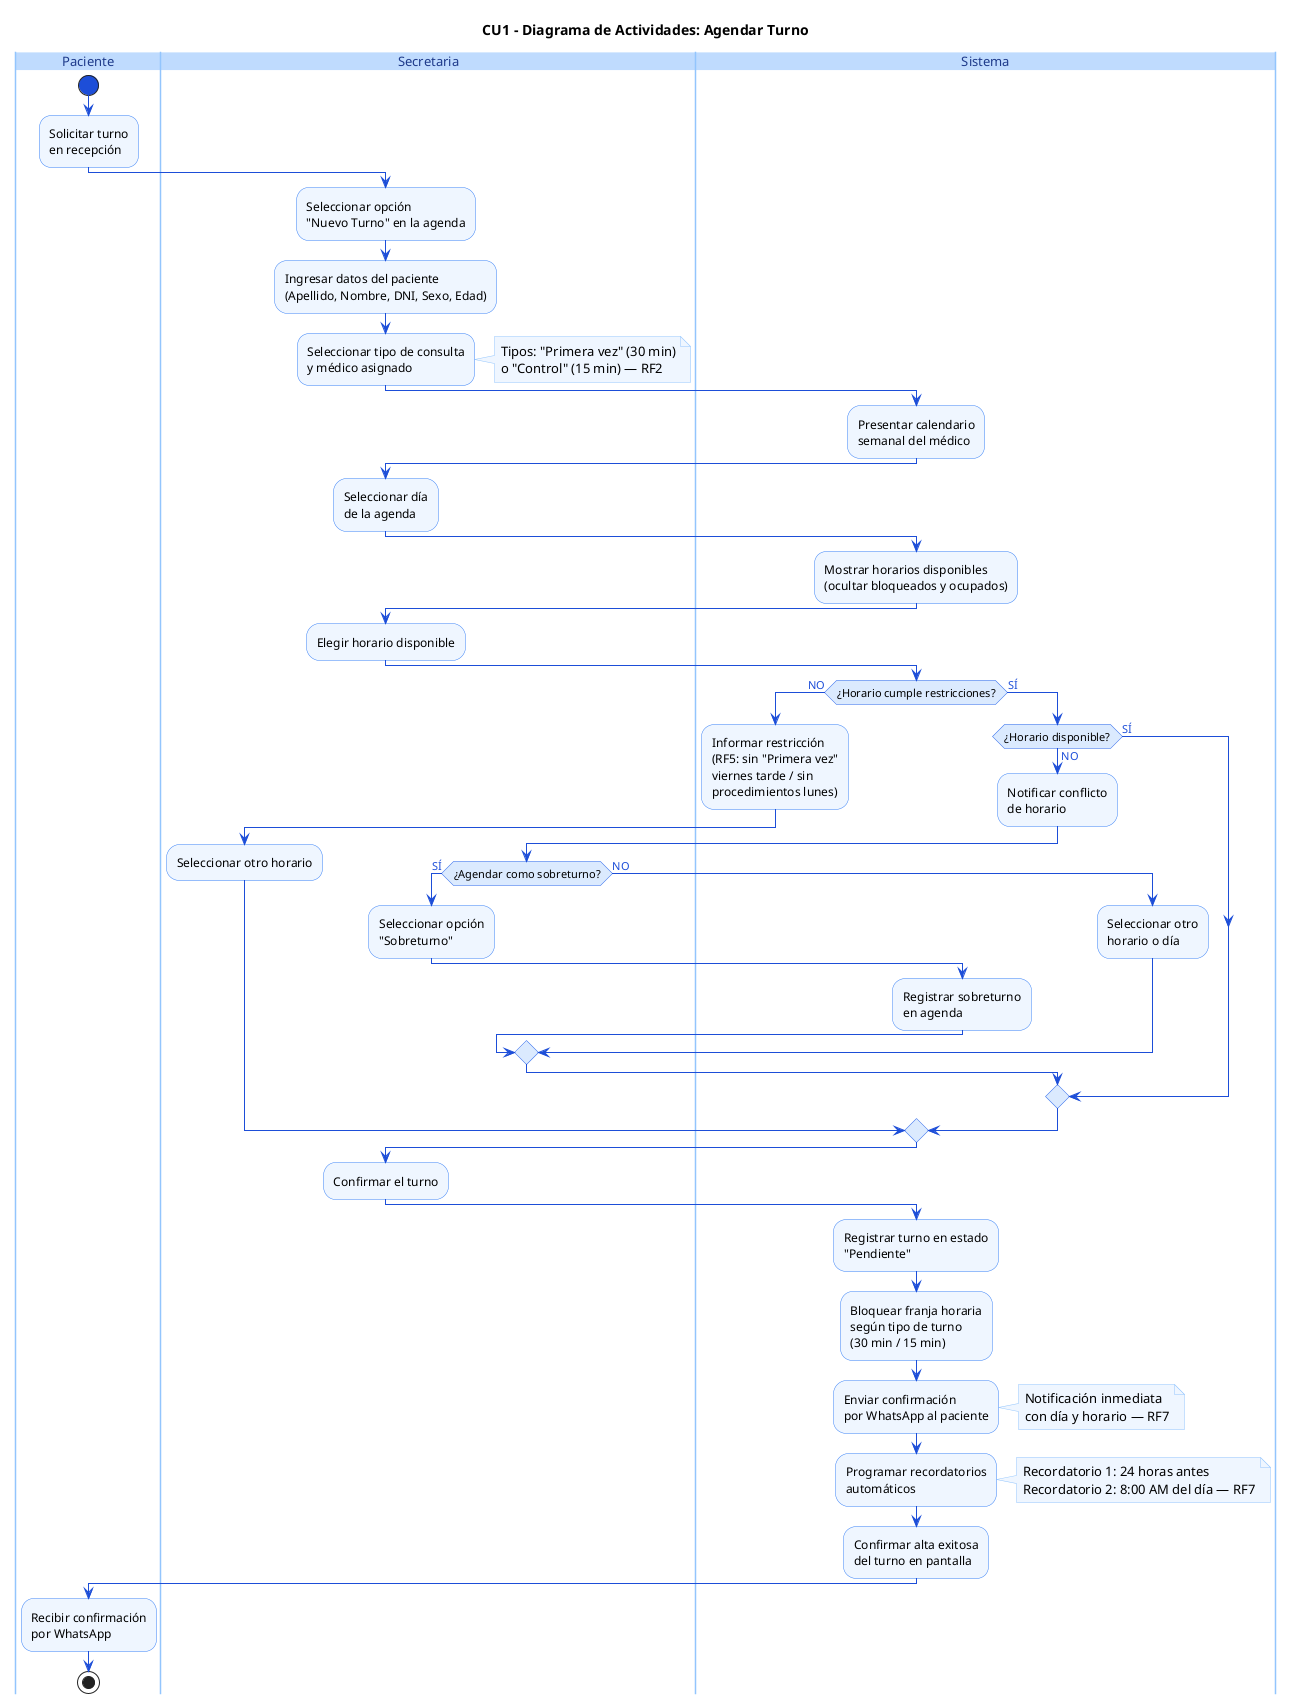
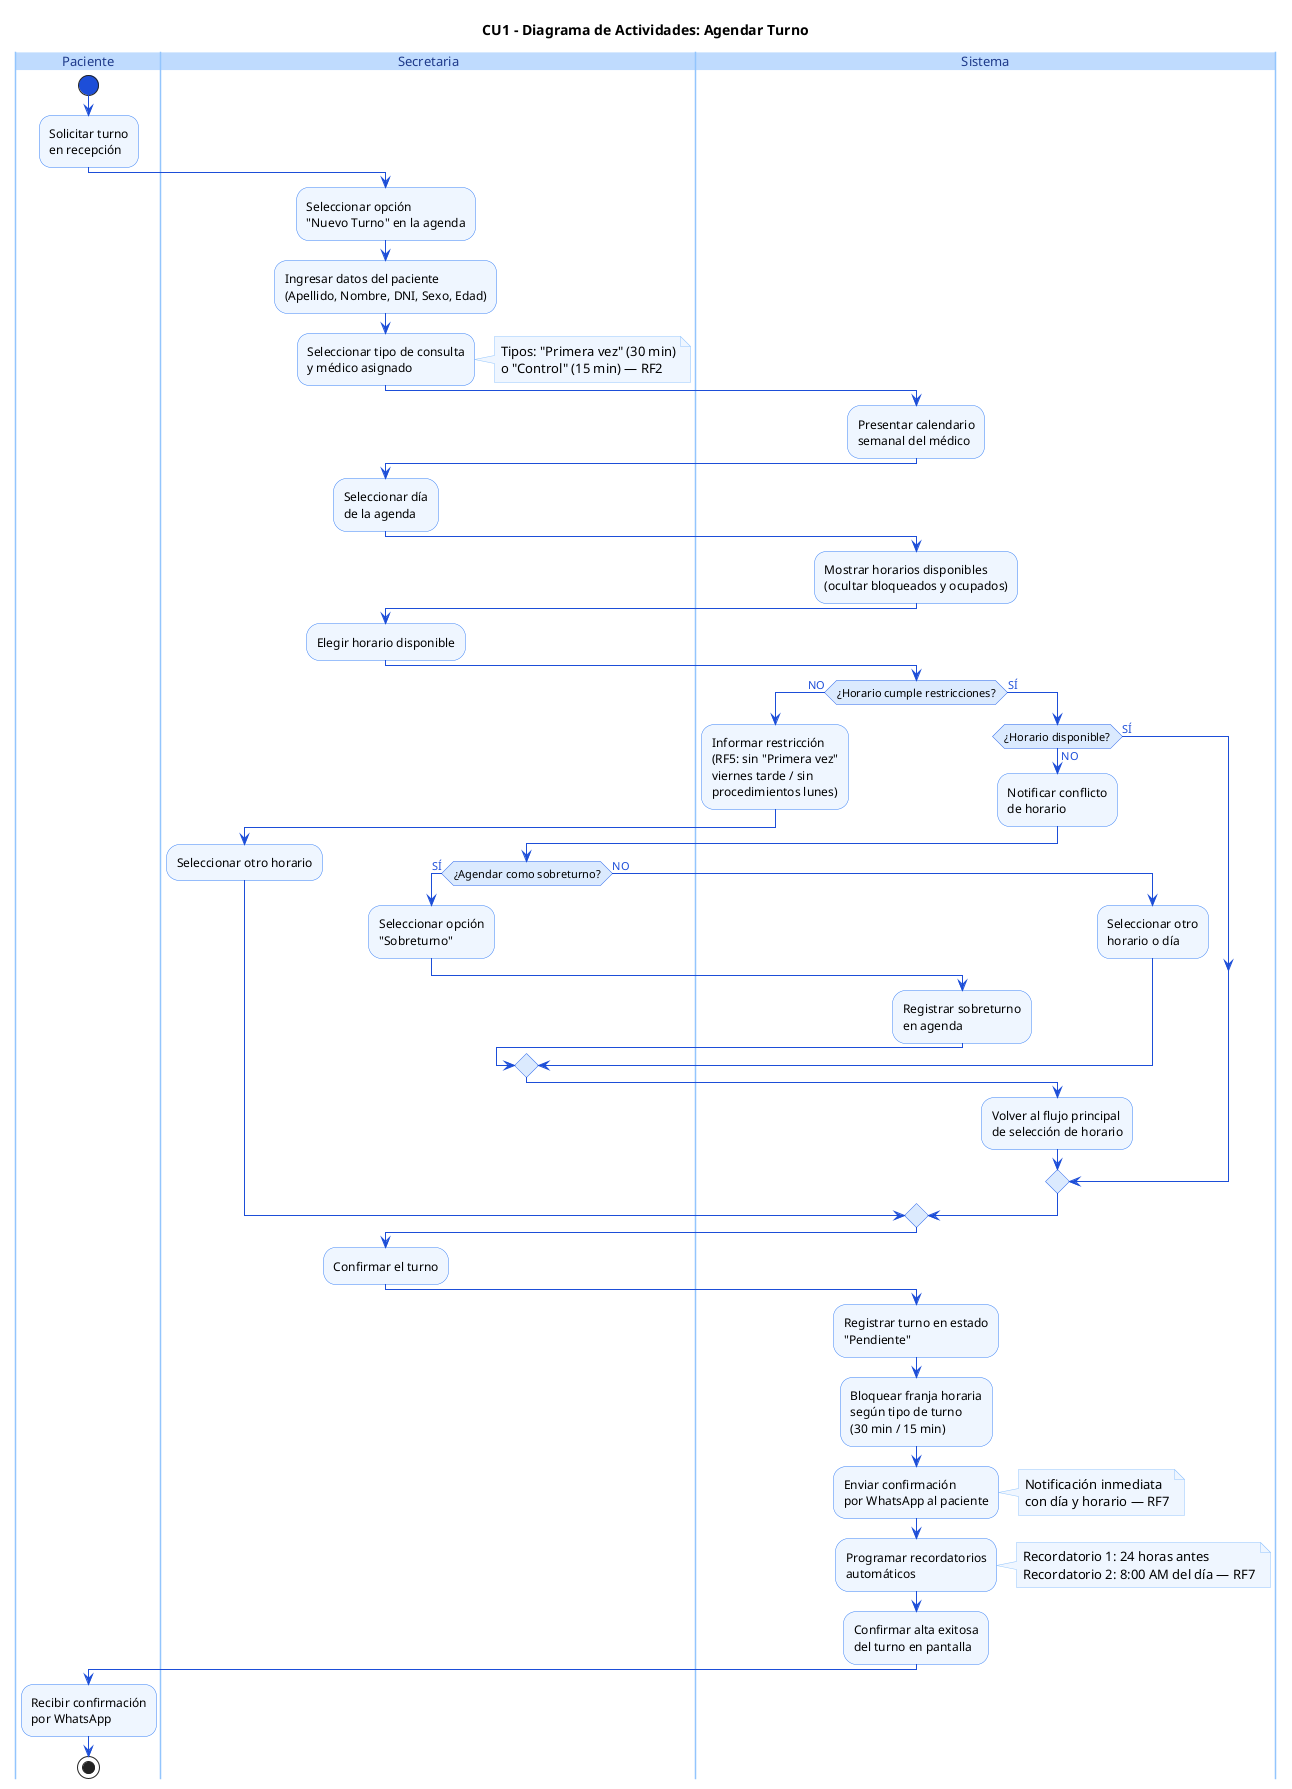
@startuml 04-actividad-agendar-turno-01

skinparam backgroundColor #FFFFFF
skinparam activity {
    BackgroundColor #EFF6FF
    BorderColor #3B82F6
    ArrowColor #1D4ED8
    DiamondBackgroundColor #DBEAFE
    DiamondBorderColor #2563EB
    StartColor #1D4ED8
    EndColor #1D4ED8
}
skinparam swimlane {
    BorderColor #93C5FD
    TitleBackgroundColor #BFDBFE
    TitleFontColor #1E3A8A
    TitleFontSize 13
}
skinparam ArrowFontColor #1D4ED8
skinparam NoteBorderColor #93C5FD
skinparam NoteBackgroundColor #EFF6FF

title CU1 - Diagrama de Actividades: Agendar Turno

|Paciente|
start
:Solicitar turno\nen recepción;

|Secretaria|
:Seleccionar opción\n"Nuevo Turno" en la agenda;
:Ingresar datos del paciente\n(Apellido, Nombre, DNI, Sexo, Edad);
:Seleccionar tipo de consulta\ny médico asignado;

note right
  Tipos: "Primera vez" (30 min)
  o "Control" (15 min) — RF2
end note

|Sistema|
:Presentar calendario\nsemanal del médico;

|Secretaria|
:Seleccionar día\nde la agenda;

|Sistema|
:Mostrar horarios disponibles\n(ocultar bloqueados y ocupados);

|Secretaria|
:Elegir horario disponible;

|Sistema|
if (¿Horario cumple restricciones?) then (NO)
  :Informar restricción\n(RF5: sin "Primera vez"\nviernes tarde / sin\nprocedimientos lunes);
  |Secretaria|
  :Seleccionar otro horario;
  |Sistema|
else (SÍ)
  if (¿Horario disponible?) then (NO)
    :Notificar conflicto\nde horario;
    |Secretaria|
    if (¿Agendar como sobreturno?) then (SÍ)
      :Seleccionar opción\n"Sobreturno";
      |Sistema|
      :Registrar sobreturno\nen agenda;
    else (NO)
      :Seleccionar otro\nhorario o día;
      |Sistema|
    endif
+     :Volver al flujo principal\nde selección de horario;
  else (SÍ)
  endif
endif

|Secretaria|
:Confirmar el turno;

|Sistema|
:Registrar turno en estado\n"Pendiente";
:Bloquear franja horaria\nsegún tipo de turno\n(30 min / 15 min);
:Enviar confirmación\npor WhatsApp al paciente;

note right
  Notificación inmediata
  con día y horario — RF7
end note

:Programar recordatorios\nautomáticos;

note right
  Recordatorio 1: 24 horas antes
  Recordatorio 2: 8:00 AM del día — RF7
end note

:Confirmar alta exitosa\ndel turno en pantalla;

|Paciente|
:Recibir confirmación\npor WhatsApp;

stop

@enduml
